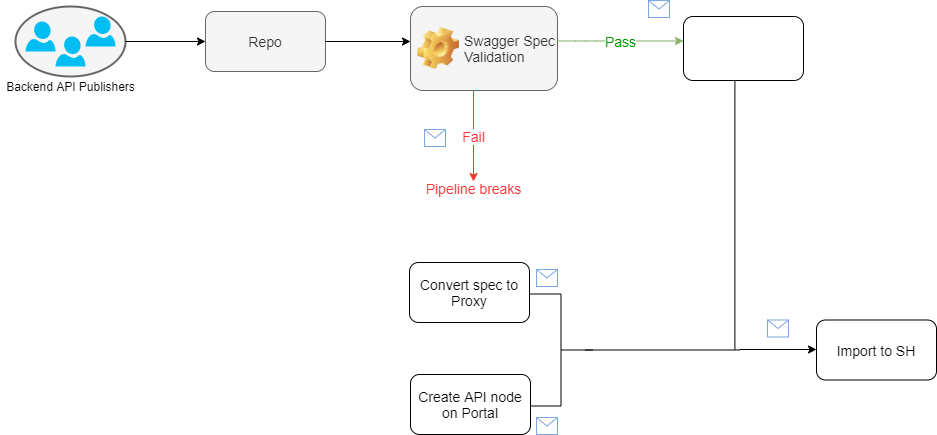
Earlier version of the draw.io export Untitled Diagram.png (joshhnaa/sample). Source tidied: cells renumbered, new cells last; positions are measured from the earlier drawing's top-left corner, leaving out a move shared by most shapes.
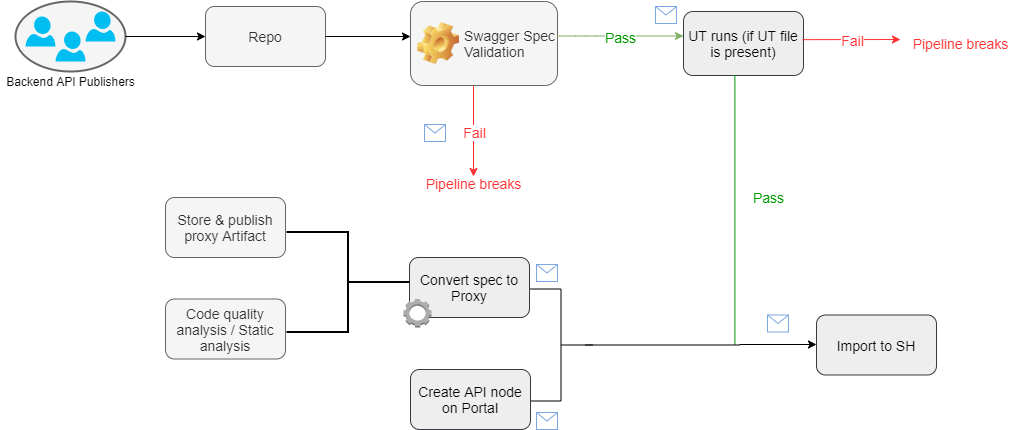
The same diagram one commit later.

Change to the diagram source:
```diff
@@ -57,18 +57,18 @@
       <mxGeometry relative="1" as="geometry" />
     </mxCell>
     <mxCell id="15" style="shape=message;html=1;strokeColor=#7EA6E0;" parent="1" vertex="1">
-      <mxGeometry x="648" width="21" height="17" as="geometry" />
+      <mxGeometry x="655" y="11" width="21" height="17" as="geometry" />
     </mxCell>
     <mxCell id="16" style="shape=message;html=1;strokeColor=#7EA6E0;" parent="1" vertex="1">
       <mxGeometry x="424" y="129" width="21" height="17" as="geometry" />
     </mxCell>
-    <mxCell id="17" style="rounded=1;whiteSpace=wrap;html=1;fillColor=#FFFFFF;fontSize=14;fontColor=#FF3333;" parent="1" vertex="1">
+    <mxCell id="17" value="&lt;font color=&quot;#000000&quot;&gt;UT runs (if UT file is present)&lt;/font&gt;" style="rounded=1;whiteSpace=wrap;html=1;fillColor=#eeeeee;fontSize=14;strokeColor=#36393d;" parent="1" vertex="1">
       <mxGeometry x="683" y="16" width="120" height="64" as="geometry" />
     </mxCell>
     <mxCell id="18" style="strokeWidth=1;html=1;shape=mxgraph.flowchart.annotation_2;align=left;labelPosition=right;fillColor=#FFFFFF;fontSize=14;fontColor=#FF3333;rotation=-180;" parent="1" vertex="1">
       <mxGeometry x="529" y="293.5" width="63" height="112" as="geometry" />
     </mxCell>
-    <mxCell id="19" style="endArrow=none;html=1;strokeColor=#000000;fontSize=14;fontColor=#FF3333;" parent="1" edge="1" source="21" target="17">
+    <mxCell id="19" style="endArrow=none;html=1;fontSize=14;fontColor=#FF3333;strokeColor=#009900;" parent="1" edge="1" source="21" target="17">
       <mxGeometry relative="1" as="geometry" />
     </mxCell>
     <mxCell id="20" style="endArrow=none;html=1;strokeColor=#000000;fontSize=14;fontColor=#FF3333;" parent="1" edge="1">
@@ -80,10 +80,10 @@
     <mxCell id="21" style="line;strokeWidth=1;html=1;perimeter=backbonePerimeter;points=[];outlineConnect=0;fillColor=#FFFFFF;fontSize=14;fontColor=#FF3333;" parent="1" vertex="1">
       <mxGeometry x="585" y="346" width="154" height="7" as="geometry" />
     </mxCell>
-    <mxCell id="22" value="&lt;font color=&quot;#000000&quot;&gt;Convert spec to Proxy&lt;/font&gt;" style="rounded=1;whiteSpace=wrap;html=1;strokeColor=#000000;strokeWidth=1;fillColor=#FFFFFF;fontSize=14;fontColor=#FF3333;" parent="1" vertex="1">
+    <mxCell id="22" value="&lt;font color=&quot;#000000&quot;&gt;Convert spec to Proxy&lt;/font&gt;" style="rounded=1;whiteSpace=wrap;html=1;strokeColor=#36393d;strokeWidth=1;fillColor=#eeeeee;fontSize=14;" parent="1" vertex="1">
       <mxGeometry x="409" y="262" width="120" height="60" as="geometry" />
     </mxCell>
-    <mxCell id="23" value="&lt;font color=&quot;#000000&quot;&gt;Create API node on Portal&lt;/font&gt;" style="rounded=1;whiteSpace=wrap;html=1;strokeColor=#000000;strokeWidth=1;fillColor=#FFFFFF;fontSize=14;fontColor=#FF3333;" parent="1" vertex="1">
+    <mxCell id="23" value="&lt;font color=&quot;#000000&quot;&gt;Create API node on Portal&lt;/font&gt;" style="rounded=1;whiteSpace=wrap;html=1;strokeColor=#36393d;strokeWidth=1;fillColor=#eeeeee;fontSize=14;" parent="1" vertex="1">
       <mxGeometry x="410" y="374" width="120" height="60" as="geometry" />
     </mxCell>
     <mxCell id="24" value="Pipeline breaks" style="text;html=1;align=center;verticalAlign=middle;fontSize=14;fontColor=#FF3333;" parent="1" vertex="1">
@@ -94,7 +94,7 @@
         <mxPoint x="816" y="349" as="targetPoint" />
       </mxGeometry>
     </mxCell>
-    <mxCell id="26" value="&lt;font color=&quot;#000000&quot;&gt;Import to SH&lt;/font&gt;" style="rounded=1;whiteSpace=wrap;html=1;strokeColor=#000000;strokeWidth=1;fillColor=#FFFFFF;fontSize=14;fontColor=#FF3333;" parent="1" vertex="1">
+    <mxCell id="26" value="&lt;font color=&quot;#000000&quot;&gt;Import to SH&lt;/font&gt;" style="rounded=1;whiteSpace=wrap;html=1;strokeColor=#36393d;strokeWidth=1;fillColor=#eeeeee;fontSize=14;" parent="1" vertex="1">
       <mxGeometry x="816" y="319.5" width="120" height="60" as="geometry" />
     </mxCell>
     <mxCell id="27" style="shape=message;html=1;strokeColor=#7EA6E0;" parent="1" vertex="1">
@@ -106,5 +106,31 @@
     <mxCell id="29" style="shape=message;html=1;strokeColor=#7EA6E0;" parent="1" vertex="1">
       <mxGeometry x="536" y="417" width="21" height="17" as="geometry" />
     </mxCell>
+    <mxCell id="30" style="endArrow=classic;html=1;strokeColor=#FF3333;fontSize=14;fontColor=#FF3333;exitX=0.992;exitY=0.44;exitDx=0;exitDy=0;exitPerimeter=0;" parent="1" edge="1" source="17">
+      <mxGeometry relative="1" as="geometry">
+        <mxPoint x="900" y="44" as="targetPoint" />
+      </mxGeometry>
+    </mxCell>
+    <mxCell id="31" value="Fail" style="edgeLabel;html=1;align=center;verticalAlign=middle;fontColor=#FF3333;fontSize=14;" parent="30" vertex="1">
+      <mxGeometry relative="1" as="geometry" />
+    </mxCell>
+    <mxCell id="32" value="Pipeline breaks" style="text;html=1;align=center;verticalAlign=middle;fontSize=14;fontColor=#FF3333;" parent="1" vertex="1">
+      <mxGeometry x="907" y="34" width="105" height="28" as="geometry" />
+    </mxCell>
+    <mxCell id="33" value="Pass" style="text;html=1;align=center;verticalAlign=middle;fontSize=14;strokeWidth=11;fontColor=#009900;" parent="1" vertex="1">
+      <mxGeometry x="747" y="188" width="42" height="28" as="geometry" />
+    </mxCell>
+    <mxCell id="34" style="dashed=0;verticalLabelPosition=bottom;verticalAlign=top;align=center;html=1;shape=mxgraph.aws3.human_intelligence_tasks_hit;fillColor=#ACACAC;gradientColor=none;strokeColor=#000000;strokeWidth=11;fontSize=14;fontColor=#009900;" parent="1" vertex="1">
+      <mxGeometry x="403" y="303.5" width="28" height="28.5" as="geometry" />
+    </mxCell>
+    <mxCell id="35" style="strokeWidth=2;html=1;shape=mxgraph.flowchart.annotation_2;align=left;labelPosition=right;fillColor=#FFFFFF;fontSize=13;fontColor=#009900;rotation=-180;" parent="1" vertex="1">
+      <mxGeometry x="286" y="236.5" width="123" height="100" as="geometry" />
+    </mxCell>
+    <mxCell id="36" value="&lt;font style=&quot;font-size: 14px&quot;&gt;Store &amp;amp; publish proxy Artifact&lt;/font&gt;" style="rounded=1;whiteSpace=wrap;html=1;fillColor=#f5f5f5;strokeColor=#666666;fontColor=#333333;" parent="1" vertex="1">
+      <mxGeometry x="165" y="202" width="120" height="60" as="geometry" />
+    </mxCell>
+    <mxCell id="37" value="&lt;font style=&quot;font-size: 14px&quot;&gt;Code quality analysis / Static analysis&lt;/font&gt;" style="rounded=1;whiteSpace=wrap;html=1;fillColor=#f5f5f5;strokeColor=#666666;fontColor=#333333;" parent="1" vertex="1">
+      <mxGeometry x="165" y="303.5" width="120" height="60" as="geometry" />
+    </mxCell>
   </root>
 </mxGraphModel>
```
